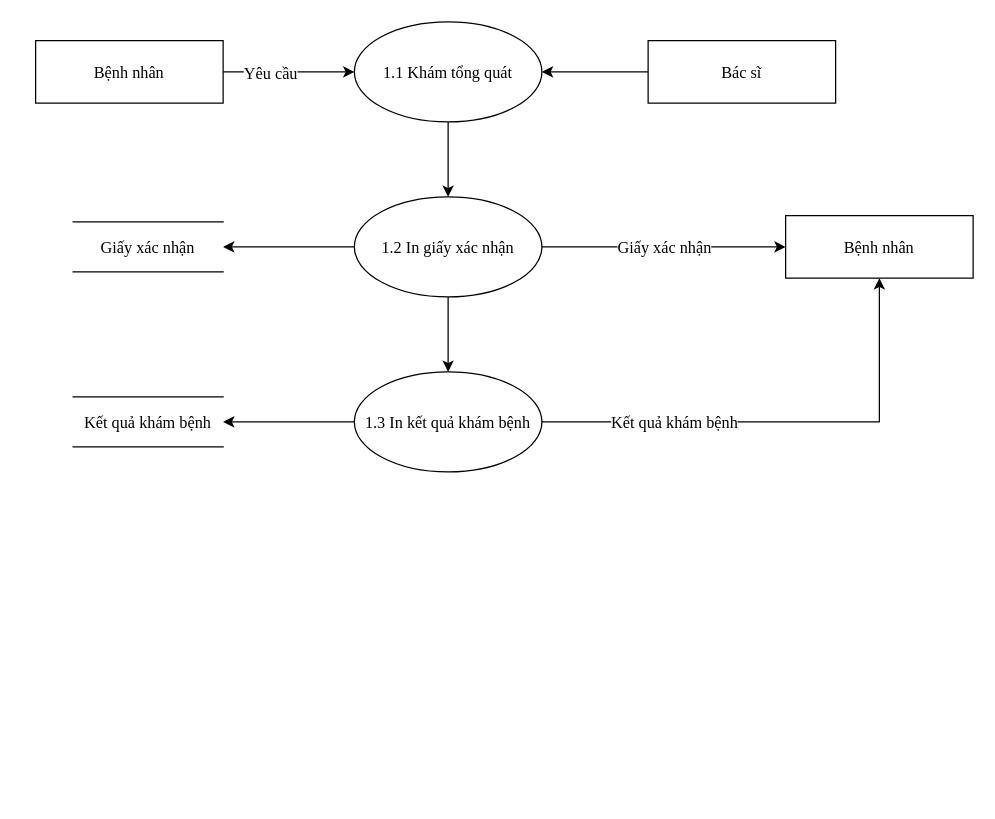
The draw.io diagram DuoiDinh_KhamBenh.drawio in Nhatran241/HTTT, before the edit. Source tidied: cells renumbered, new cells numbered last; positions are measured from the earlier drawing's top-left corner, leaving out a move shared by most shapes. Both pictures are drawn from the tidied source at 125%, with x=0, y=0 at pixel (35, 21).
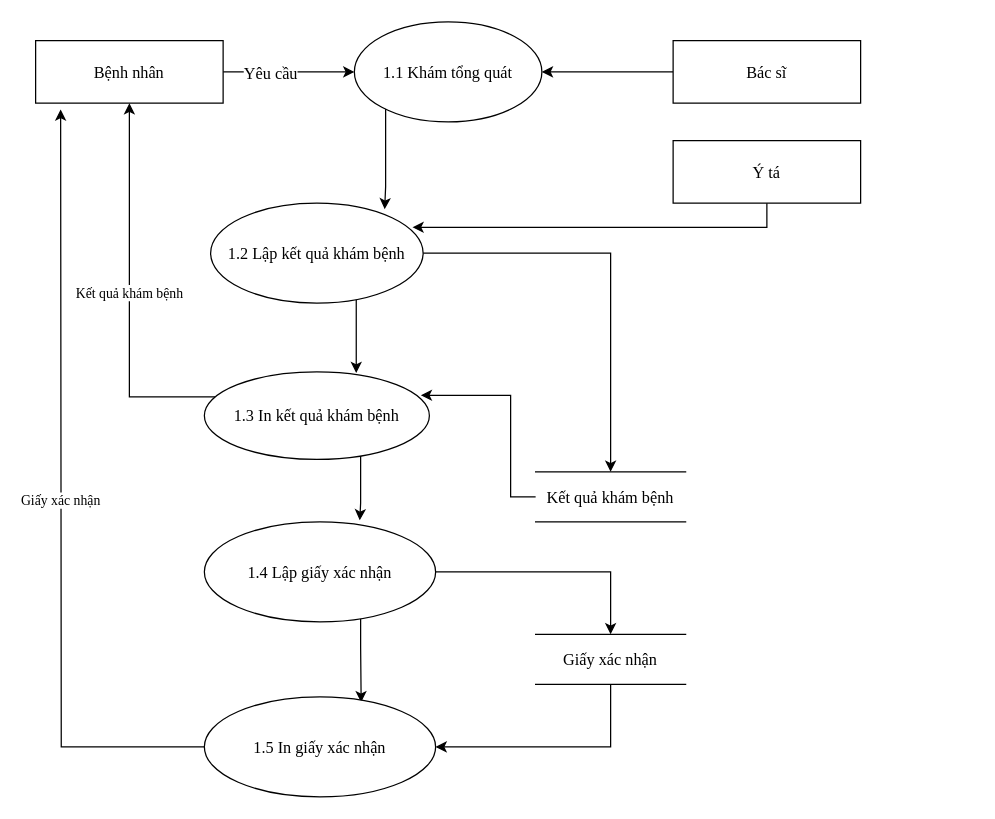
The same diagram, later.

The change refers to these unchanged cells:
```xml
<mxCell id="4" value="Bệnh nhân" style="rounded=0;whiteSpace=wrap;html=1;fontFamily=Times New Roman;fontSize=13;" parent="1" vertex="1">
  <mxGeometry y="15" width="150" height="50" as="geometry" />
</mxCell>
<mxCell id="6" value="1.1 Khám tổng quát" style="ellipse;whiteSpace=wrap;html=1;fontFamily=Times New Roman;fontSize=13;" parent="1" vertex="1">
  <mxGeometry x="255" width="150" height="80" as="geometry" />
</mxCell>
```

Change to the diagram source:
```diff
@@
-    <mxCell id="5" style="edgeStyle=orthogonalEdgeStyle;rounded=0;jettySize=auto;html=1;entryX=0.5;entryY=0;entryDx=0;entryDy=0;fontFamily=Times New Roman;fontSize=13;" parent="1" edge="1" source="6" target="11">
-      <mxGeometry relative="1" as="geometry" />
-    </mxCell>
+    <mxCell id="20" style="edgeStyle=orthogonalEdgeStyle;rounded=0;jettySize=auto;html=1;exitX=1;exitY=1;exitDx=0;exitDy=0;entryX=0.819;entryY=0.061;entryDx=0;entryDy=0;entryPerimeter=0;fontFamily=Times New Roman;" parent="1" edge="1" source="6" target="25">
+      <mxGeometry relative="1" as="geometry">
+        <Array as="points">
+          <mxPoint x="280" y="68" />
+          <mxPoint x="280" y="132" />
+        </Array>
+      </mxGeometry>
+    </mxCell>
@@
-    <mxCell id="8" value="Giấy xác nhận" style="edgeStyle=orthogonalEdgeStyle;rounded=0;jettySize=auto;html=1;entryX=0;entryY=0.5;entryDx=0;entryDy=0;fontFamily=Times New Roman;fontSize=13;" parent="1" edge="1" source="11" target="14">
-      <mxGeometry relative="1" as="geometry" />
-    </mxCell>
-    <mxCell id="9" style="edgeStyle=orthogonalEdgeStyle;rounded=0;jettySize=auto;html=1;entryX=0.5;entryY=0;entryDx=0;entryDy=0;fontFamily=Times New Roman;fontSize=13;" parent="1" edge="1" source="11" target="17">
-      <mxGeometry relative="1" as="geometry" />
-    </mxCell>
+    <mxCell id="21" style="edgeStyle=orthogonalEdgeStyle;rounded=0;jettySize=auto;html=1;entryX=0.678;entryY=0.054;entryDx=0;entryDy=0;entryPerimeter=0;fontFamily=Times New Roman;" parent="1" edge="1" source="11" target="29">
+      <mxGeometry relative="1" as="geometry">
+        <Array as="points">
+          <mxPoint x="260" y="500" />
+          <mxPoint x="260" y="500" />
+        </Array>
+      </mxGeometry>
+    </mxCell>
-    <mxCell id="10" style="edgeStyle=orthogonalEdgeStyle;rounded=0;jettySize=auto;html=1;entryX=1;entryY=0.5;entryDx=0;entryDy=0;fontFamily=Times New Roman;fontSize=13;" parent="1" edge="1" source="11" target="19">
+    <mxCell id="10" style="edgeStyle=orthogonalEdgeStyle;rounded=0;jettySize=auto;html=1;entryX=0.5;entryY=0;entryDx=0;entryDy=0;fontFamily=Times New Roman;" parent="1" edge="1" source="11" target="19">
       <mxGeometry relative="1" as="geometry" />
     </mxCell>
-    <mxCell id="11" value="1.2 In giấy xác nhận" style="ellipse;whiteSpace=wrap;html=1;fontFamily=Times New Roman;fontSize=13;" parent="1" vertex="1">
-      <mxGeometry x="255" y="140" width="150" height="80" as="geometry" />
+    <mxCell id="11" value="1.4 Lập giấy xác nhận" style="ellipse;whiteSpace=wrap;html=1;fontFamily=Times New Roman;fontSize=13;" parent="1" vertex="1">
+      <mxGeometry x="135" y="400" width="185" height="80" as="geometry" />
     </mxCell>
@@
     <mxCell id="13" value="Bác sĩ" style="rounded=0;whiteSpace=wrap;html=1;fontFamily=Times New Roman;fontSize=13;" parent="1" vertex="1">
-      <mxGeometry x="490" y="15" width="150" height="50" as="geometry" />
+      <mxGeometry x="510" y="15" width="150" height="50" as="geometry" />
     </mxCell>
-    <mxCell id="14" value="Bệnh nhân" style="rounded=0;whiteSpace=wrap;html=1;fontFamily=Times New Roman;fontSize=13;" parent="1" vertex="1">
-      <mxGeometry x="600" y="155" width="150" height="50" as="geometry" />
-    </mxCell>
+    <mxCell id="22" style="edgeStyle=orthogonalEdgeStyle;rounded=0;jettySize=auto;html=1;entryX=0.962;entryY=0.268;entryDx=0;entryDy=0;entryPerimeter=0;fontFamily=Times New Roman;" parent="1" edge="1" source="18" target="17">
+      <mxGeometry relative="1" as="geometry">
+        <Array as="points">
+          <mxPoint x="380" y="380" />
+          <mxPoint x="380" y="299" />
+        </Array>
+      </mxGeometry>
+    </mxCell>
+    <mxCell id="18" value="Kết quả khám bệnh" style="shape=partialRectangle;whiteSpace=wrap;html=1;left=0;right=0;fillColor=none;fontFamily=Times New Roman;fontSize=13;" parent="1" vertex="1">
+      <mxGeometry x="400" y="360" width="120" height="40" as="geometry" />
+    </mxCell>
+    <mxCell id="23" style="edgeStyle=orthogonalEdgeStyle;rounded=0;jettySize=auto;html=1;entryX=0.5;entryY=0;entryDx=0;entryDy=0;fontFamily=Times New Roman;" parent="1" edge="1" source="25" target="18">
+      <mxGeometry relative="1" as="geometry">
+        <Array as="points">
+          <mxPoint x="460" y="185" />
+        </Array>
+      </mxGeometry>
+    </mxCell>
+    <mxCell id="24" style="edgeStyle=orthogonalEdgeStyle;rounded=0;jettySize=auto;html=1;entryX=0.675;entryY=0.014;entryDx=0;entryDy=0;entryPerimeter=0;fontFamily=Times New Roman;" parent="1" edge="1" source="25" target="17">
+      <mxGeometry relative="1" as="geometry">
+        <Array as="points">
+          <mxPoint x="257" y="260" />
+        </Array>
+      </mxGeometry>
+    </mxCell>
+    <mxCell id="25" value="1.2 Lập kết quả khám bệnh" style="ellipse;whiteSpace=wrap;html=1;fontFamily=Times New Roman;fontSize=13;" parent="1" vertex="1">
+      <mxGeometry x="140" y="145" width="170" height="80" as="geometry" />
+    </mxCell>
-    <mxCell id="15" value="Kết quả khám bệnh" style="edgeStyle=orthogonalEdgeStyle;rounded=0;jettySize=auto;html=1;entryX=0.5;entryY=1;entryDx=0;entryDy=0;fontFamily=Times New Roman;fontSize=13;" parent="1" edge="1" source="17" target="14">
-      <mxGeometry x="-0.45" relative="1" as="geometry" />
+    <mxCell id="15" value="Kết quả khám bệnh" style="edgeStyle=orthogonalEdgeStyle;rounded=0;jettySize=auto;html=1;fontFamily=Times New Roman;" parent="1" edge="1" source="17" target="4">
+      <mxGeometry relative="1" as="geometry">
+        <Array as="points">
+          <mxPoint x="75" y="300" />
+        </Array>
+      </mxGeometry>
     </mxCell>
-    <mxCell id="16" style="edgeStyle=orthogonalEdgeStyle;rounded=0;jettySize=auto;html=1;entryX=1;entryY=0.5;entryDx=0;entryDy=0;fontFamily=Times New Roman;fontSize=13;" parent="1" edge="1" source="17" target="18">
-      <mxGeometry relative="1" as="geometry" />
-    </mxCell>
+    <mxCell id="26" style="edgeStyle=orthogonalEdgeStyle;rounded=0;jettySize=auto;html=1;entryX=0.672;entryY=-0.015;entryDx=0;entryDy=0;entryPerimeter=0;fontFamily=Times New Roman;" parent="1" edge="1" source="17" target="11">
+      <mxGeometry relative="1" as="geometry">
+        <Array as="points">
+          <mxPoint x="260" y="385" />
+          <mxPoint x="259" y="385" />
+        </Array>
+      </mxGeometry>
+    </mxCell>
     <mxCell id="17" value="1.3 In kết quả khám bệnh" style="ellipse;whiteSpace=wrap;html=1;fontFamily=Times New Roman;fontSize=13;" parent="1" vertex="1">
-      <mxGeometry x="255" y="280" width="150" height="80" as="geometry" />
+      <mxGeometry x="135" y="280" width="180" height="70" as="geometry" />
     </mxCell>
-    <mxCell id="18" value="Kết quả khám bệnh" style="shape=partialRectangle;whiteSpace=wrap;html=1;left=0;right=0;fillColor=none;fontFamily=Times New Roman;fontSize=13;" parent="1" vertex="1">
-      <mxGeometry x="30" y="300" width="120" height="40" as="geometry" />
-    </mxCell>
+    <mxCell id="27" style="edgeStyle=orthogonalEdgeStyle;rounded=0;jettySize=auto;html=1;entryX=0.95;entryY=0.242;entryDx=0;entryDy=0;entryPerimeter=0;fontFamily=Times New Roman;" parent="1" edge="1" source="28" target="25">
+      <mxGeometry relative="1" as="geometry">
+        <Array as="points">
+          <mxPoint x="585" y="164" />
+        </Array>
+      </mxGeometry>
+    </mxCell>
+    <mxCell id="28" value="Ý tá" style="rounded=0;whiteSpace=wrap;html=1;fontFamily=Times New Roman;fontSize=13;" parent="1" vertex="1">
+      <mxGeometry x="510" y="95" width="150" height="50" as="geometry" />
+    </mxCell>
+    <mxCell id="8" value="Giấy xác nhận" style="edgeStyle=orthogonalEdgeStyle;rounded=0;jettySize=auto;html=1;fontFamily=Times New Roman;" parent="1" edge="1" source="29">
+      <mxGeometry relative="1" as="geometry">
+        <mxPoint x="20" y="70" as="targetPoint" />
+      </mxGeometry>
+    </mxCell>
+    <mxCell id="29" value="1.5 In giấy xác nhận" style="ellipse;whiteSpace=wrap;html=1;fontFamily=Times New Roman;fontSize=13;" parent="1" vertex="1">
+      <mxGeometry x="135" y="540" width="185" height="80" as="geometry" />
+    </mxCell>
+    <mxCell id="30" style="edgeStyle=orthogonalEdgeStyle;rounded=0;jettySize=auto;html=1;entryX=1;entryY=0.5;entryDx=0;entryDy=0;fontFamily=Times New Roman;" parent="1" edge="1" source="19" target="29">
+      <mxGeometry relative="1" as="geometry">
+        <Array as="points">
+          <mxPoint x="460" y="580" />
+        </Array>
+      </mxGeometry>
+    </mxCell>
     <mxCell id="19" value="Giấy xác nhận" style="shape=partialRectangle;whiteSpace=wrap;html=1;left=0;right=0;fillColor=none;fontFamily=Times New Roman;fontSize=13;" parent="1" vertex="1">
-      <mxGeometry x="30" y="160" width="120" height="40" as="geometry" />
+      <mxGeometry x="400" y="490" width="120" height="40" as="geometry" />
     </mxCell>
```
